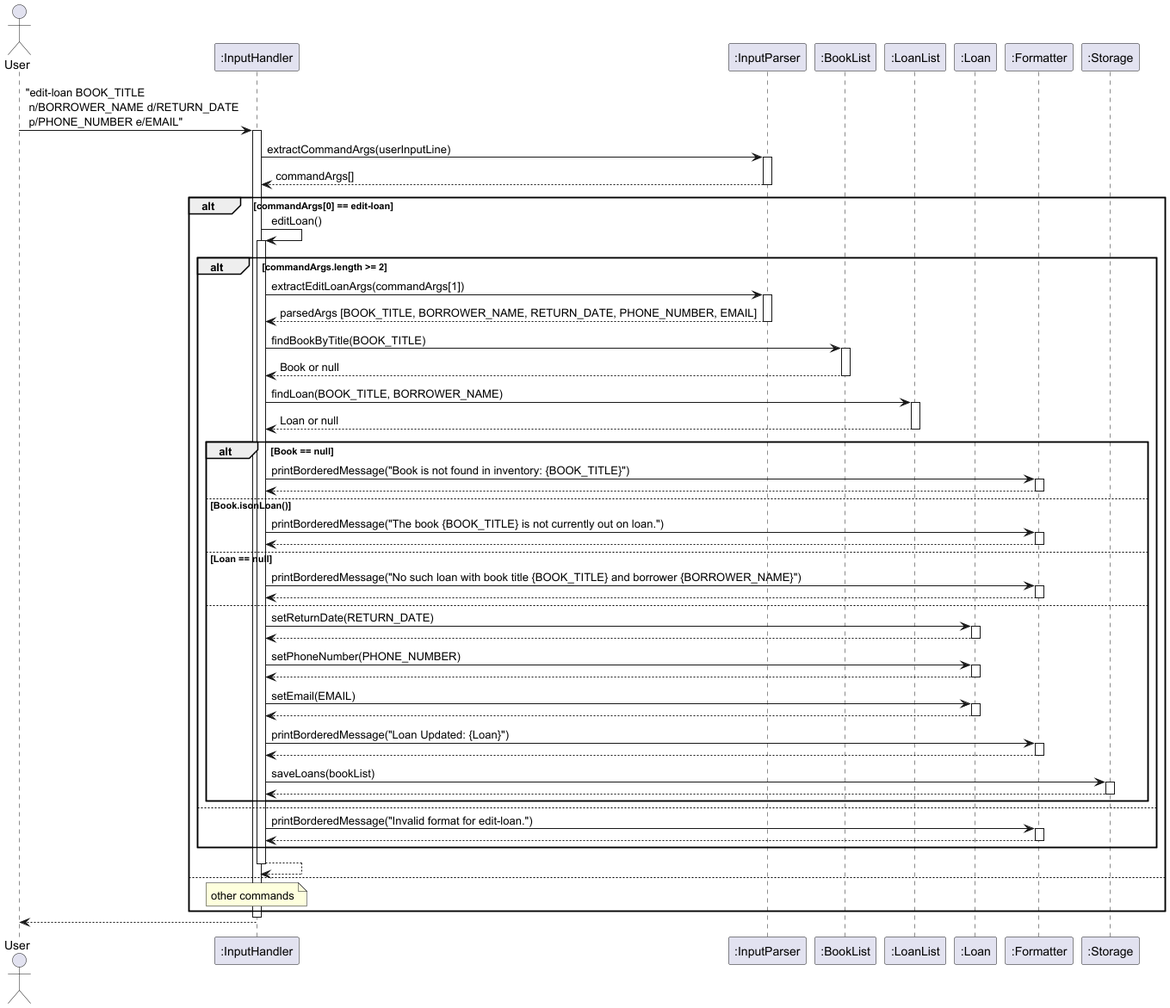
The PlantUML diagram docs/images/editLoan.png in AY2425S2-CS2113-T12-2/tp, before a commit. Source of this version:
```plantuml
@startuml
actor User
participant InputHandler as ":InputHandler"
participant InputParser as ":InputParser"
participant BookList as ":BookList"
participant LoanList as ":LoanList"
participant Loan as ":Loan"
participant Formatter as ":Formatter"
participant Storage as ":Storage"

User -> InputHandler: "edit-loan BOOK_TITLE \n n/BORROWER_NAME d/RETURN_DATE \n p/PHONE_NUMBER e/EMAIL"
activate InputHandler

InputHandler -> InputParser: extractCommandArgs(userInputLine)
activate InputParser

InputParser --> InputHandler: commandArgs[]
deactivate InputParser

alt commandArgs[0] == edit-loan
    InputHandler -> InputHandler : editLoan()
    activate InputHandler

alt commandArgs.length >= 2
    InputHandler -> InputParser: extractEditLoanArgs(commandArgs[1])
    activate InputParser

    InputParser --> InputHandler: parsedArgs [BOOK_TITLE, BORROWER_NAME, RETURN_DATE, PHONE_NUMBER, EMAIL]
    deactivate InputParser

    InputHandler -> BookList: findBookByTitle(BOOK_TITLE)
    activate BookList

    BookList --> InputHandler: Book or null
    deactivate BookList

    InputHandler -> LoanList: findLoan(BOOK_TITLE, BORROWER_NAME)
    activate LoanList

    LoanList --> InputHandler: Loan or null
    deactivate LoanList

    alt Book == null
        InputHandler -> Formatter: printBorderedMessage("Book is not found in inventory: {BOOK_TITLE}")
        activate Formatter
        Formatter --> InputHandler
        deactivate Formatter

    else Book.isonLoan()
        InputHandler -> Formatter: printBorderedMessage("The book {BOOK_TITLE} is not currently out on loan.")
        activate Formatter
        Formatter --> InputHandler
        deactivate Formatter

    else Loan == null
        InputHandler -> Formatter: printBorderedMessage("No such loan with book title {BOOK_TITLE} and borrower {BORROWER_NAME}")
        activate Formatter
        Formatter --> InputHandler
        deactivate Formatter

    else
        InputHandler -> Loan : setReturnDate(RETURN_DATE)
        activate Loan
        Loan --> InputHandler
        deactivate Loan

        InputHandler -> Loan : setPhoneNumber(PHONE_NUMBER)
        activate Loan
        Loan --> InputHandler
        deactivate Loan

        InputHandler -> Loan : setEmail(EMAIL)
        activate Loan
        Loan --> InputHandler
        deactivate Loan

        InputHandler -> Formatter: printBorderedMessage("Loan Updated: {Loan}")
        activate Formatter
        Formatter --> InputHandler
        deactivate Formatter

        InputHandler -> Storage: saveLoans(bookList)
        activate Storage
        Storage --> InputHandler
        deactivate Storage

    end

    else
        InputHandler -> Formatter: printBorderedMessage("Invalid format for edit-loan.")
        activate Formatter
        Formatter --> InputHandler
        deactivate Formatter
    end

InputHandler --> InputHandler
deactivate InputHandler

else
    note over InputHandler : other commands
end

deactivate InputHandler
InputHandler --> User
@enduml
```
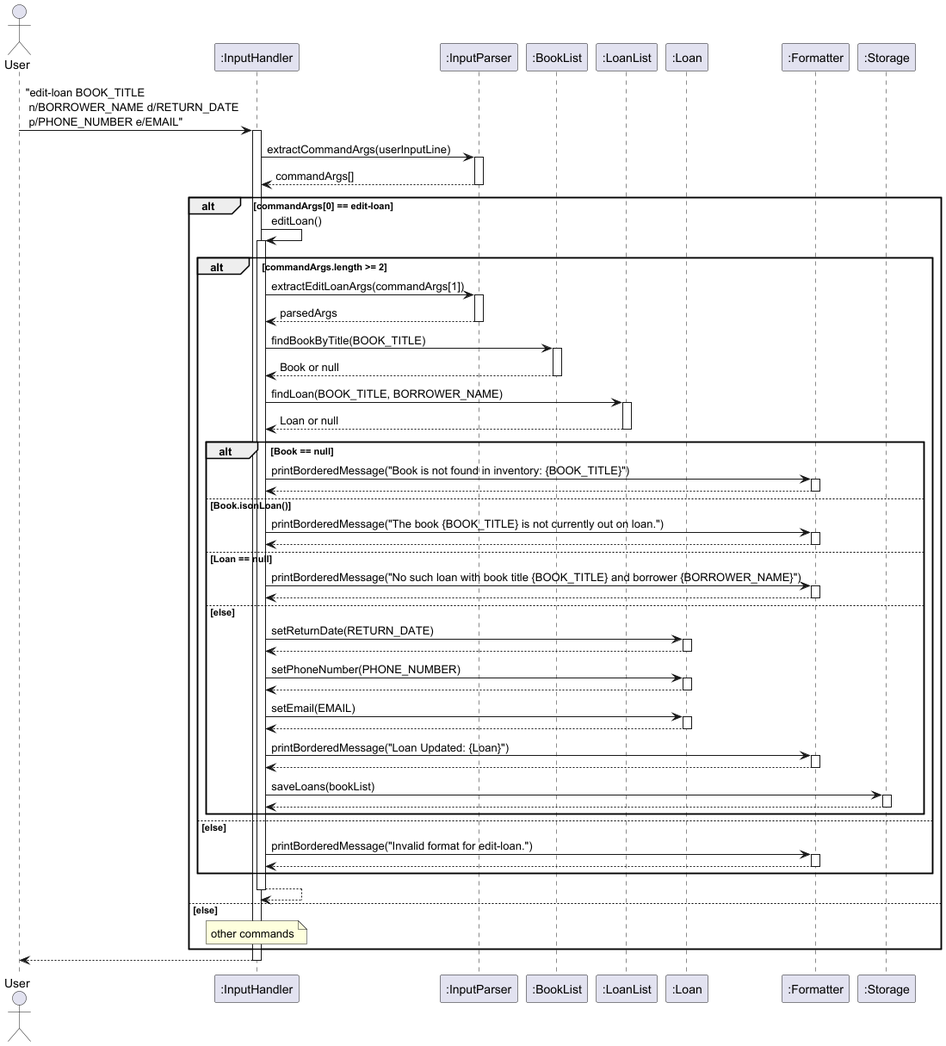
Later version of the same file.

Commit message:
overwrite pngs

Diff of the diagram source:
```diff
@@ -25,7 +25,7 @@
     InputHandler -> InputParser: extractEditLoanArgs(commandArgs[1])
     activate InputParser
 
-    InputParser --> InputHandler: parsedArgs [BOOK_TITLE, BORROWER_NAME, RETURN_DATE, PHONE_NUMBER, EMAIL]
+    InputParser --> InputHandler: parsedArgs
     deactivate InputParser
 
     InputHandler -> BookList: findBookByTitle(BOOK_TITLE)
@@ -58,7 +58,7 @@
         Formatter --> InputHandler
         deactivate Formatter
 
-    else
+    else else
         InputHandler -> Loan : setReturnDate(RETURN_DATE)
         activate Loan
         Loan --> InputHandler
@@ -86,7 +86,7 @@
 
     end
 
-    else
+    else else
         InputHandler -> Formatter: printBorderedMessage("Invalid format for edit-loan.")
         activate Formatter
         Formatter --> InputHandler
@@ -96,10 +96,11 @@
 InputHandler --> InputHandler
 deactivate InputHandler
 
-else
+else else
     note over InputHandler : other commands
 end
 
+
+InputHandler --> User
 deactivate InputHandler
-InputHandler --> User
 @enduml
```
